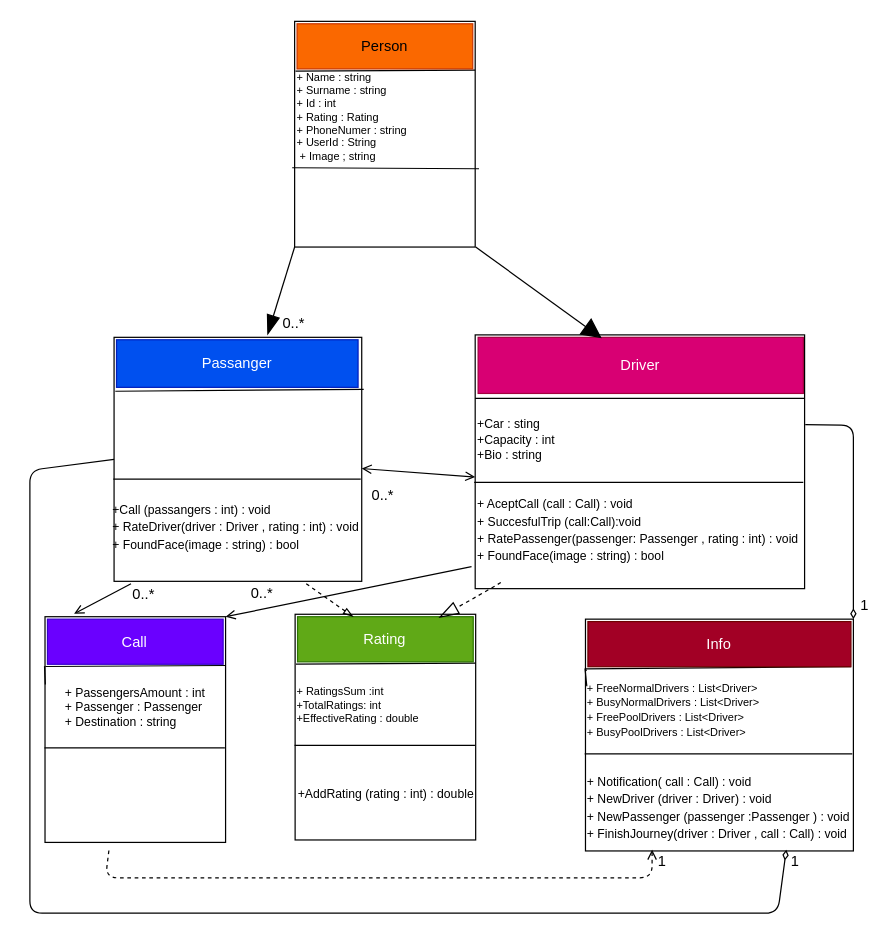
The draw.io diagram DiagramasUml.drawio in bugarin03/PII_TwitterApi, before the edit. Source tidied: cells renumbered, new cells numbered last; positions are measured from the earlier drawing's top-left corner, leaving out a move shared by most shapes. Both pictures are drawn from the tidied source at 122%, with x=0, y=0 at pixel (29, 21).
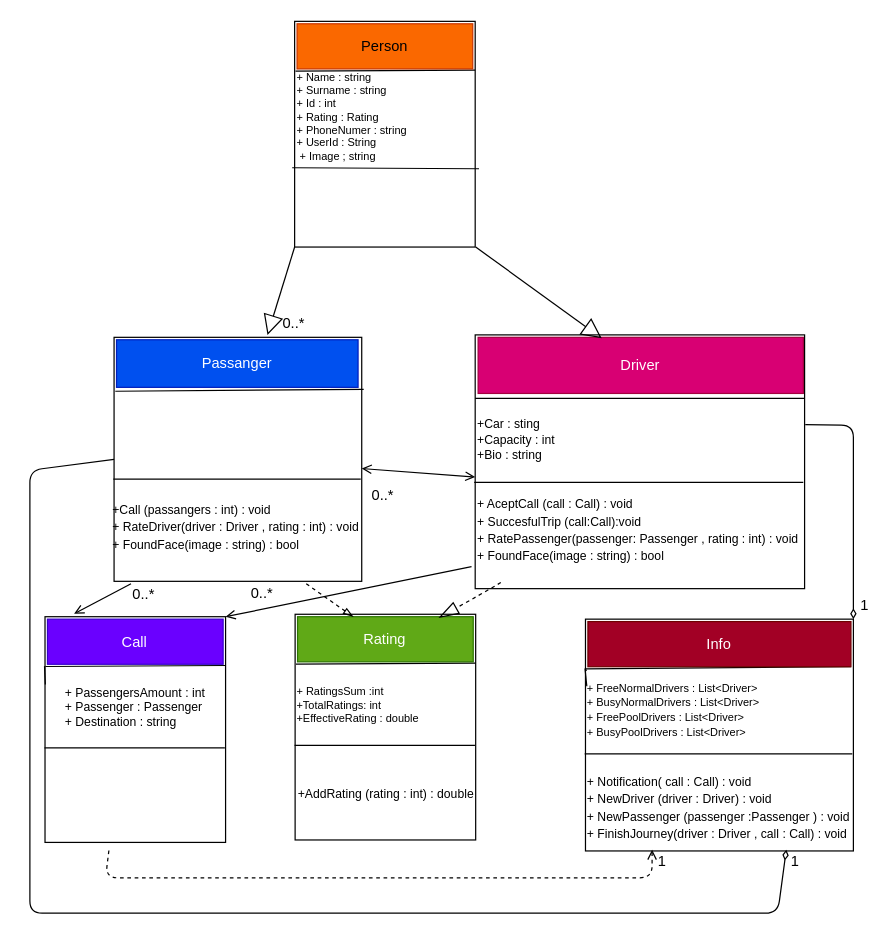
After the change.

Unchanged cells that the change refers to:
```xml
<mxCell id="2" value="&lt;div style=&quot;text-align: left;&quot;&gt;&lt;br&gt;&lt;/div&gt;" style="rounded=0;whiteSpace=wrap;html=1;hachureGap=4;gradientColor=none;fillColor=default;" parent="1" vertex="1">
  <mxGeometry x="217" width="148" height="185" as="geometry" />
</mxCell>
<mxCell id="10" value="Passanger" style="text;strokeColor=#001DBC;fillColor=#0050ef;html=1;align=center;verticalAlign=middle;whiteSpace=wrap;rounded=0;hachureGap=4;fontColor=#ffffff;" parent="1" vertex="1">
  <mxGeometry x="71" y="261" width="198" height="39" as="geometry" />
</mxCell>
<mxCell id="14" value="Driver" style="text;strokeColor=#A50040;fillColor=#d80073;html=1;align=center;verticalAlign=middle;whiteSpace=wrap;rounded=0;hachureGap=4;fontColor=#ffffff;" parent="1" vertex="1">
  <mxGeometry x="367.4" y="259" width="266.6" height="46" as="geometry" />
</mxCell>
```

What changed in the source:
```diff
@@
-    <mxCell id="3" style="edgeStyle=none;jettySize=auto;html=1;rounded=0;endArrow=none;startSize=14;endSize=14;sourcePerimeterSpacing=8;targetPerimeterSpacing=8;curved=1;entryX=0;entryY=1;entryDx=0;entryDy=0;endFill=0;exitX=0.625;exitY=-0.1;exitDx=0;exitDy=0;exitPerimeter=0;startArrow=blockThin;startFill=1;" parent="1" edge="1" source="10" target="2">
+    <mxCell id="3" style="edgeStyle=none;jettySize=auto;html=1;rounded=0;endArrow=none;startSize=14;endSize=14;sourcePerimeterSpacing=8;targetPerimeterSpacing=8;curved=1;entryX=0;entryY=1;entryDx=0;entryDy=0;endFill=0;exitX=0.625;exitY=-0.1;exitDx=0;exitDy=0;exitPerimeter=0;startArrow=block;startFill=0;" parent="1" edge="1" source="10" target="2">
       <mxGeometry relative="1" as="geometry" />
     </mxCell>
@@
-    <mxCell id="16" style="edgeStyle=none;jettySize=auto;html=1;rounded=0;endArrow=none;startSize=14;endSize=14;sourcePerimeterSpacing=8;targetPerimeterSpacing=8;curved=1;entryX=0;entryY=1;entryDx=0;entryDy=0;endFill=0;exitX=0.38;exitY=0.015;exitDx=0;exitDy=0;exitPerimeter=0;startArrow=block;startFill=1;" parent="1" edge="1" source="14">
+    <mxCell id="16" style="edgeStyle=none;jettySize=auto;html=1;rounded=0;endArrow=none;startSize=14;endSize=14;sourcePerimeterSpacing=8;targetPerimeterSpacing=8;curved=1;entryX=0;entryY=1;entryDx=0;entryDy=0;endFill=0;exitX=0.38;exitY=0.015;exitDx=0;exitDy=0;exitPerimeter=0;startArrow=block;startFill=0;" parent="1" edge="1" source="14">
       <mxGeometry relative="1" as="geometry">
         <mxPoint x="365.4" y="185" as="targetPoint" />
       </mxGeometry>
     </mxCell>
```
